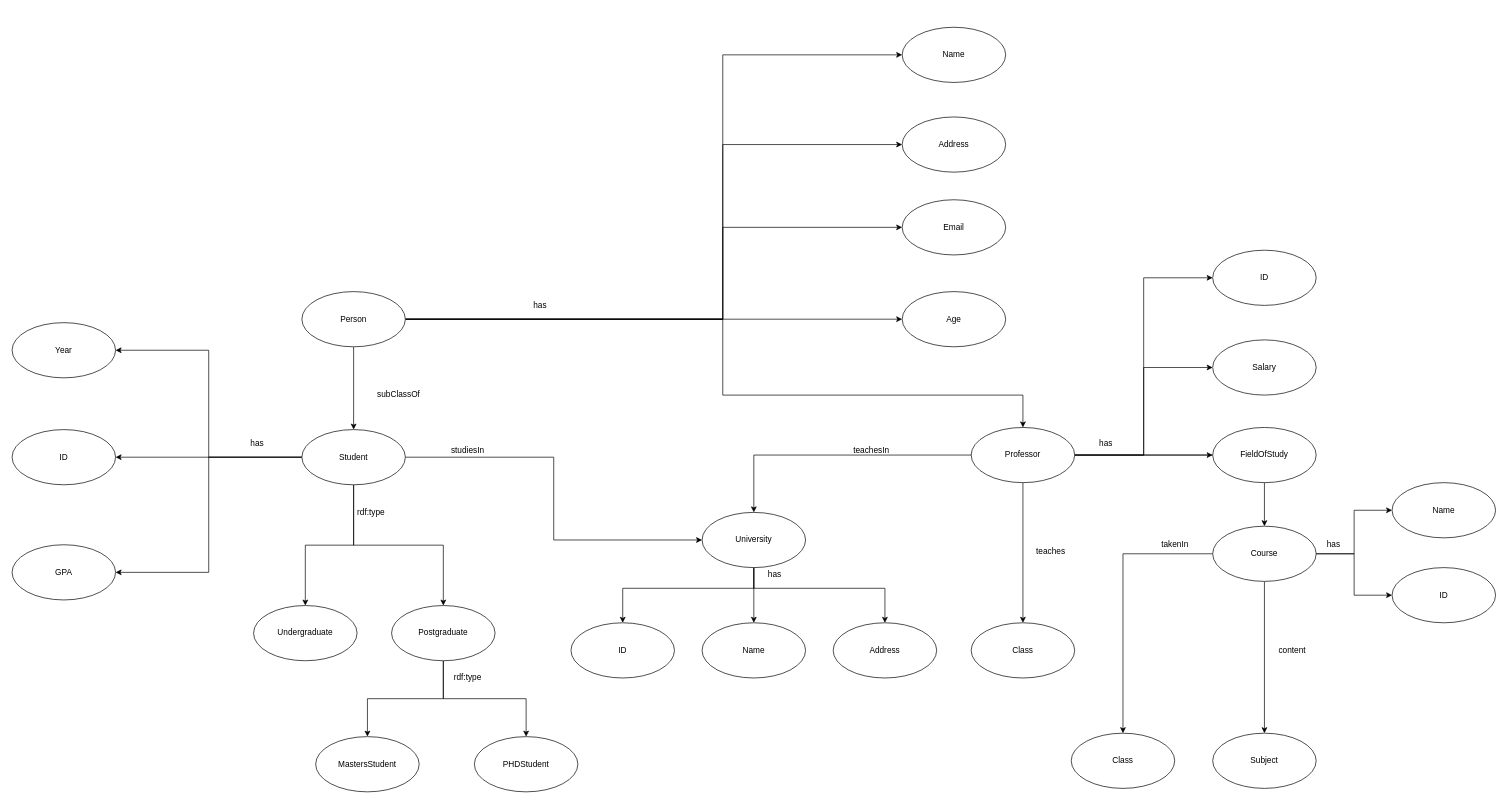
Earlier version of the draw.io diagram RDF.drawio (karim1999/ontologies-project). Source tidied: cells renumbered, new cells numbered last; positions are measured from the earlier drawing's top-left corner, leaving out a move shared by most shapes. Both pictures are drawn from the tidied source at 69%, with x=0, y=0 at pixel (12, 27).
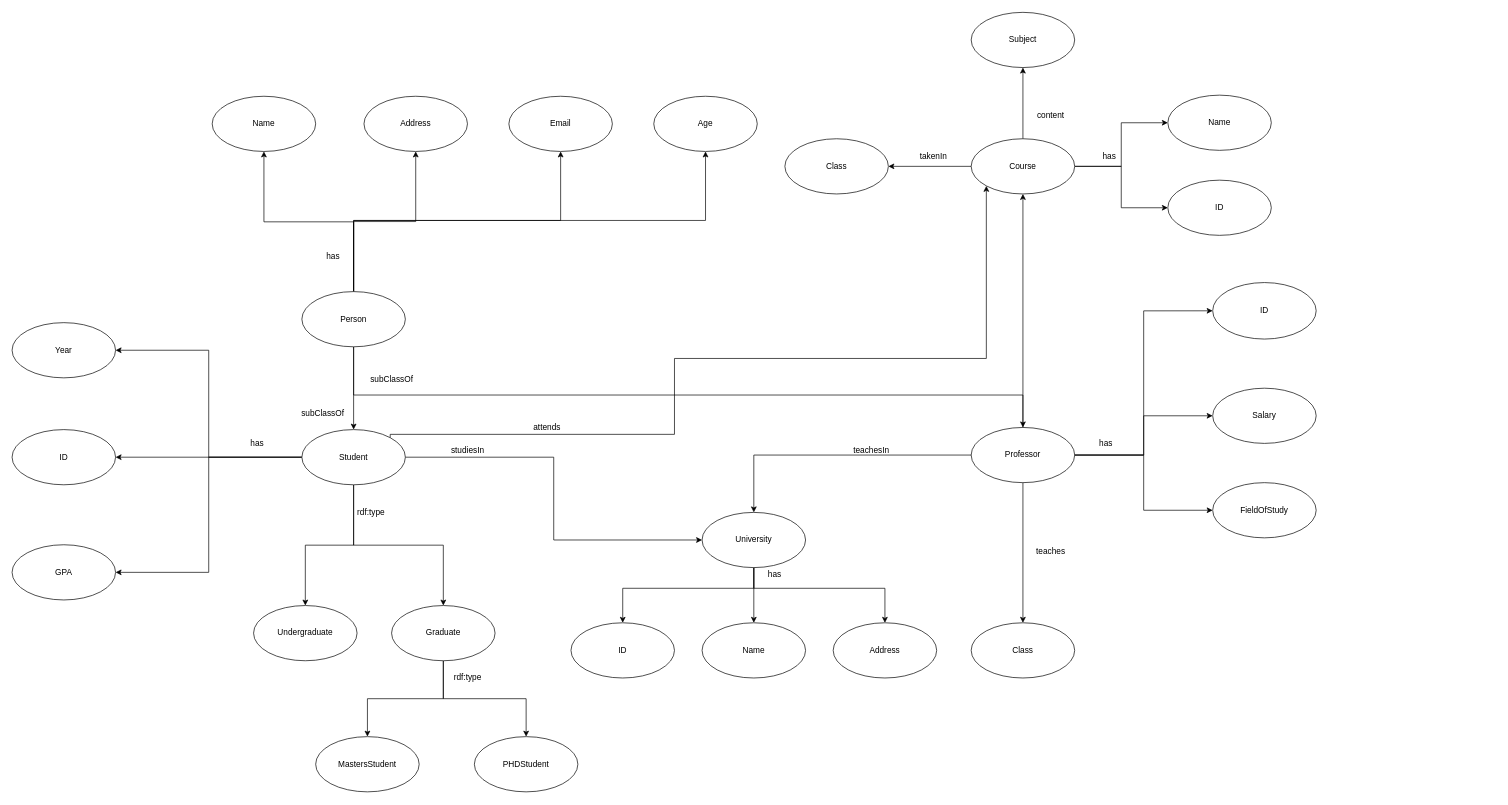
The same page after the edit.

The change refers to these unchanged cells:
```xml
<mxCell id="8" value="Student" style="ellipse;whiteSpace=wrap;html=1;" parent="1" vertex="1">
  <mxGeometry x="420" y="583.1" width="150" height="80" as="geometry" />
</mxCell>
<mxCell id="23" value="Person" style="ellipse;whiteSpace=wrap;html=1;" parent="1" vertex="1">
  <mxGeometry x="420" y="383.1" width="150" height="80" as="geometry" />
</mxCell>
<mxCell id="35" value="Professor" style="ellipse;whiteSpace=wrap;html=1;" parent="1" vertex="1">
  <mxGeometry x="1390" y="580" width="150" height="80" as="geometry" />
</mxCell>
```

What changed in the source:
```diff
@@
+    <mxCell id="69" style="edgeStyle=orthogonalEdgeStyle;rounded=0;jettySize=auto;html=1;entryX=0;entryY=1;entryDx=0;entryDy=0;exitX=1;exitY=0;exitDx=0;exitDy=0;" parent="1" edge="1" source="8" target="45">
+      <mxGeometry relative="1" as="geometry">
+        <Array as="points">
+          <mxPoint x="548" y="590" />
+          <mxPoint x="960" y="590" />
+          <mxPoint x="960" y="480" />
+          <mxPoint x="1412" y="480" />
+        </Array>
+      </mxGeometry>
+    </mxCell>
@@
-    <mxCell id="13" value="Postgraduate" style="ellipse;whiteSpace=wrap;html=1;" parent="1" vertex="1">
+    <mxCell id="13" value="Graduate" style="ellipse;whiteSpace=wrap;html=1;" parent="1" vertex="1">
       <mxGeometry x="550" y="838.1" width="150" height="80" as="geometry" />
     </mxCell>
@@
-    <mxCell id="18" style="edgeStyle=orthogonalEdgeStyle;rounded=0;jettySize=auto;html=1;entryX=0;entryY=0.5;entryDx=0;entryDy=0;" parent="1" edge="1" source="23" target="25">
-      <mxGeometry relative="1" as="geometry">
-        <Array as="points">
-          <mxPoint x="1030" y="423.1" />
-          <mxPoint x="1030" y="40.1" />
-        </Array>
-      </mxGeometry>
-    </mxCell>
-    <mxCell id="19" style="edgeStyle=orthogonalEdgeStyle;rounded=0;jettySize=auto;html=1;entryX=0;entryY=0.5;entryDx=0;entryDy=0;" parent="1" edge="1" source="23" target="26">
-      <mxGeometry relative="1" as="geometry">
-        <Array as="points">
-          <mxPoint x="1030" y="423.1" />
-          <mxPoint x="1030" y="290.1" />
-        </Array>
-      </mxGeometry>
-    </mxCell>
-    <mxCell id="20" style="edgeStyle=orthogonalEdgeStyle;rounded=0;jettySize=auto;html=1;entryX=0;entryY=0.5;entryDx=0;entryDy=0;" parent="1" edge="1" source="23" target="24">
-      <mxGeometry relative="1" as="geometry">
-        <Array as="points">
-          <mxPoint x="1030" y="423.1" />
-          <mxPoint x="1030" y="170.1" />
-        </Array>
-      </mxGeometry>
-    </mxCell>
     <mxCell id="21" style="edgeStyle=orthogonalEdgeStyle;rounded=0;jettySize=auto;html=1;" parent="1" edge="1" source="23" target="27">
-      <mxGeometry relative="1" as="geometry" />
+      <mxGeometry relative="1" as="geometry">
+        <Array as="points">
+          <mxPoint x="495" y="280" />
+          <mxPoint x="1005" y="280" />
+        </Array>
+      </mxGeometry>
     </mxCell>
     <mxCell id="22" style="edgeStyle=orthogonalEdgeStyle;rounded=0;jettySize=auto;html=1;entryX=0.5;entryY=0;entryDx=0;entryDy=0;" parent="1" edge="1" source="23" target="35">
       <mxGeometry relative="1" as="geometry">
         <Array as="points">
-          <mxPoint x="1030" y="423.1" />
-          <mxPoint x="1030" y="533.1" />
-          <mxPoint x="1465" y="533.1" />
+          <mxPoint x="495" y="533" />
+          <mxPoint x="1465" y="533" />
         </Array>
       </mxGeometry>
     </mxCell>
+    <mxCell id="18" style="edgeStyle=orthogonalEdgeStyle;rounded=0;jettySize=auto;html=1;entryX=0.5;entryY=1;entryDx=0;entryDy=0;" parent="1" edge="1" source="23" target="25">
+      <mxGeometry relative="1" as="geometry">
+        <Array as="points">
+          <mxPoint x="495" y="282" />
+          <mxPoint x="365" y="282" />
+        </Array>
+      </mxGeometry>
+    </mxCell>
+    <mxCell id="20" style="edgeStyle=orthogonalEdgeStyle;rounded=0;jettySize=auto;html=1;entryX=0.5;entryY=1;entryDx=0;entryDy=0;" parent="1" edge="1" source="23" target="24">
+      <mxGeometry relative="1" as="geometry" />
+    </mxCell>
+    <mxCell id="19" style="edgeStyle=orthogonalEdgeStyle;rounded=0;jettySize=auto;html=1;entryX=0.5;entryY=1;entryDx=0;entryDy=0;" parent="1" edge="1" source="23" target="26">
+      <mxGeometry relative="1" as="geometry">
+        <Array as="points">
+          <mxPoint x="495" y="280" />
+          <mxPoint x="795" y="280" />
+        </Array>
+      </mxGeometry>
+    </mxCell>
@@
     <mxCell id="24" value="Address" style="ellipse;whiteSpace=wrap;html=1;" parent="1" vertex="1">
-      <mxGeometry x="1290" y="130" width="150" height="80" as="geometry" />
+      <mxGeometry x="510" y="100" width="150" height="80" as="geometry" />
     </mxCell>
     <mxCell id="25" value="Name" style="ellipse;whiteSpace=wrap;html=1;" parent="1" vertex="1">
-      <mxGeometry x="1290" width="150" height="80" as="geometry" />
+      <mxGeometry x="290" y="100" width="150" height="80" as="geometry" />
     </mxCell>
     <mxCell id="26" value="Email" style="ellipse;whiteSpace=wrap;html=1;" parent="1" vertex="1">
-      <mxGeometry x="1290" y="250" width="150" height="80" as="geometry" />
+      <mxGeometry x="720" y="100" width="150" height="80" as="geometry" />
     </mxCell>
     <mxCell id="27" value="Age" style="ellipse;whiteSpace=wrap;html=1;" parent="1" vertex="1">
-      <mxGeometry x="1290" y="383.1" width="150" height="80" as="geometry" />
+      <mxGeometry x="930" y="100" width="150" height="80" as="geometry" />
     </mxCell>
     <mxCell id="28" value="subClassOf" style="text;html=1;align=center;verticalAlign=middle;strokeColor=none;fillColor=none;" parent="1" vertex="1">
-      <mxGeometry x="520" y="523.1" width="80" height="20" as="geometry" />
+      <mxGeometry x="410" y="550" width="80" height="20" as="geometry" />
     </mxCell>
     <mxCell id="29" style="edgeStyle=orthogonalEdgeStyle;rounded=0;jettySize=auto;html=1;" parent="1" edge="1" source="35" target="38">
-      <mxGeometry relative="1" as="geometry" />
+      <mxGeometry relative="1" as="geometry">
+        <Array as="points">
+          <mxPoint x="1640" y="620" />
+          <mxPoint x="1640" y="700" />
+        </Array>
+      </mxGeometry>
     </mxCell>
@@
-    <mxCell id="31" style="edgeStyle=orthogonalEdgeStyle;rounded=0;jettySize=auto;html=1;" parent="1" edge="1" source="35" target="45">
-      <mxGeometry relative="1" as="geometry" />
-    </mxCell>
@@
+    <mxCell id="31" style="edgeStyle=orthogonalEdgeStyle;rounded=0;jettySize=auto;html=1;entryX=0.5;entryY=1;entryDx=0;entryDy=0;" parent="1" edge="1" source="35" target="45">
+      <mxGeometry relative="1" as="geometry" />
+    </mxCell>
@@
     <mxCell id="36" value="ID" style="ellipse;whiteSpace=wrap;html=1;" parent="1" vertex="1">
-      <mxGeometry x="1740" y="323.1" width="150" height="80" as="geometry" />
+      <mxGeometry x="1740" y="370" width="150" height="81.9" as="geometry" />
     </mxCell>
@@
     <mxCell id="38" value="FieldOfStudy" style="ellipse;whiteSpace=wrap;html=1;" parent="1" vertex="1">
-      <mxGeometry x="1740" y="580" width="150" height="80" as="geometry" />
+      <mxGeometry x="1740" y="660" width="150" height="80" as="geometry" />
     </mxCell>
     <mxCell id="39" value="Salary" style="ellipse;whiteSpace=wrap;html=1;" parent="1" vertex="1">
-      <mxGeometry x="1740" y="453.1" width="150" height="80" as="geometry" />
+      <mxGeometry x="1740" y="523.1" width="150" height="80" as="geometry" />
     </mxCell>
     <mxCell id="40" value="ID" style="ellipse;whiteSpace=wrap;html=1;" parent="1" vertex="1">
-      <mxGeometry x="2000" y="783.1" width="150" height="80" as="geometry" />
+      <mxGeometry x="1675" y="221.6" width="150" height="80" as="geometry" />
     </mxCell>
@@
+    <mxCell id="44" style="edgeStyle=orthogonalEdgeStyle;rounded=0;jettySize=auto;html=1;" parent="1" edge="1" source="45" target="60">
+      <mxGeometry relative="1" as="geometry" />
+    </mxCell>
-    <mxCell id="43" style="edgeStyle=orthogonalEdgeStyle;rounded=0;jettySize=auto;html=1;entryX=0.5;entryY=0;entryDx=0;entryDy=0;" parent="1" edge="1" source="45" target="58">
+    <mxCell id="43" style="edgeStyle=orthogonalEdgeStyle;rounded=0;jettySize=auto;html=1;" parent="1" edge="1" source="45" target="58">
       <mxGeometry relative="1" as="geometry" />
     </mxCell>
-    <mxCell id="44" style="edgeStyle=orthogonalEdgeStyle;rounded=0;jettySize=auto;html=1;" parent="1" edge="1" source="45" target="60">
-      <mxGeometry relative="1" as="geometry" />
-    </mxCell>
     <mxCell id="45" value="Course" style="ellipse;whiteSpace=wrap;html=1;" parent="1" vertex="1">
-      <mxGeometry x="1740" y="723.1" width="150" height="80" as="geometry" />
+      <mxGeometry x="1390" y="161.6" width="150" height="80" as="geometry" />
     </mxCell>
     <mxCell id="46" value="Name" style="ellipse;whiteSpace=wrap;html=1;" parent="1" vertex="1">
-      <mxGeometry x="2000" y="660" width="150" height="80" as="geometry" />
+      <mxGeometry x="1675" y="98.4" width="150" height="80" as="geometry" />
     </mxCell>
@@
     <mxCell id="58" value="Class" style="ellipse;whiteSpace=wrap;html=1;" parent="1" vertex="1">
-      <mxGeometry x="1535" y="1023.1" width="150" height="80" as="geometry" />
+      <mxGeometry x="1120" y="161.6" width="150" height="80" as="geometry" />
     </mxCell>
     <mxCell id="59" value="takenIn" style="text;html=1;align=center;verticalAlign=middle;strokeColor=none;fillColor=none;" parent="1" vertex="1">
-      <mxGeometry x="1660" y="740" width="50" height="20" as="geometry" />
+      <mxGeometry x="1310" y="178.4" width="50" height="20" as="geometry" />
     </mxCell>
     <mxCell id="60" value="Subject" style="ellipse;whiteSpace=wrap;html=1;" parent="1" vertex="1">
-      <mxGeometry x="1740" y="1023.1" width="150" height="80" as="geometry" />
+      <mxGeometry x="1390" y="-21.6" width="150" height="80" as="geometry" />
     </mxCell>
     <mxCell id="61" value="content" style="text;html=1;align=center;verticalAlign=middle;strokeColor=none;fillColor=none;" parent="1" vertex="1">
-      <mxGeometry x="1830" y="893.1" width="50" height="20" as="geometry" />
+      <mxGeometry x="1480" y="118.4" width="50" height="20" as="geometry" />
     </mxCell>
@@
     <mxCell id="63" value="has" style="text;html=1;align=center;verticalAlign=middle;strokeColor=none;fillColor=none;" parent="1" vertex="1">
-      <mxGeometry x="1900" y="740" width="30" height="20" as="geometry" />
+      <mxGeometry x="1575" y="178.4" width="30" height="20" as="geometry" />
     </mxCell>
@@
     <mxCell id="65" value="has" style="text;html=1;align=center;verticalAlign=middle;strokeColor=none;fillColor=none;" parent="1" vertex="1">
-      <mxGeometry x="750" y="393.1" width="30" height="20" as="geometry" />
+      <mxGeometry x="450" y="323.1" width="30" height="20" as="geometry" />
     </mxCell>
@@
+    <mxCell id="70" value="subClassOf" style="text;html=1;align=center;verticalAlign=middle;strokeColor=none;fillColor=none;" parent="1" vertex="1">
+      <mxGeometry x="510" y="500" width="80" height="20" as="geometry" />
+    </mxCell>
+    <mxCell id="71" value="attends" style="text;html=1;align=center;verticalAlign=middle;strokeColor=none;fillColor=none;" parent="1" vertex="1">
+      <mxGeometry x="750" y="570" width="50" height="20" as="geometry" />
+    </mxCell>
```
